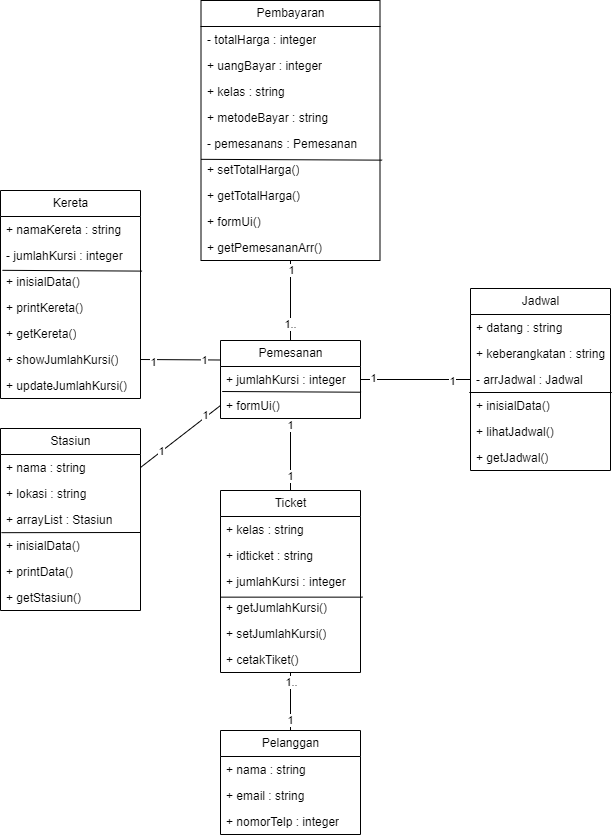
Earlier version of the draw.io export class-diagram.drawio.png (rendiwibawa/KAIKW). Source tidied: cells renumbered, new cells last; positions are measured from the earlier drawing's top-left corner, leaving out a move shared by most shapes.
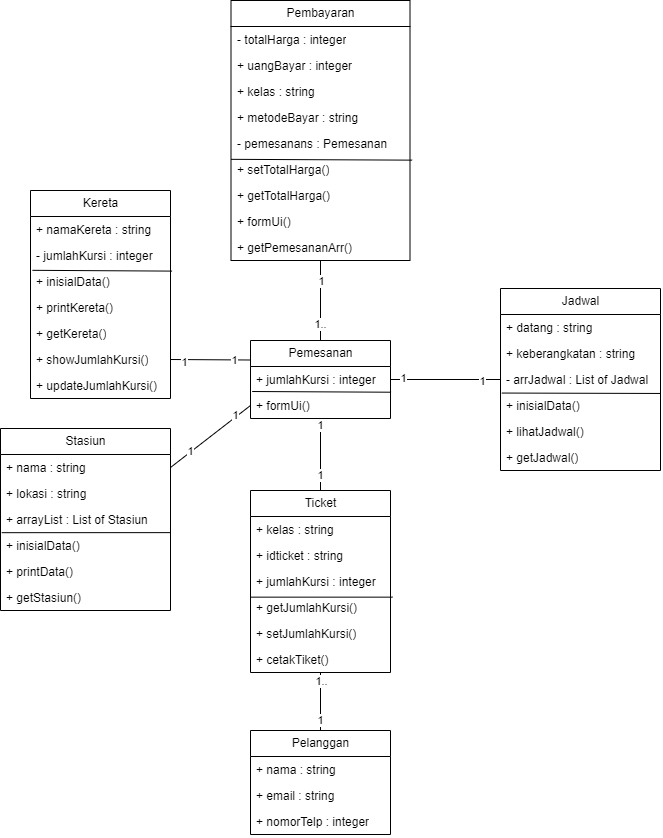
The same file after the commit.

The edit, as a diff of the source:
```diff
@@ -84,7 +84,9 @@
       <mxGeometry x="-0.57" y="1" relative="1" as="geometry" />
     </mxCell>
     <mxCell id="29" value="1" style="edgeLabel;html=1;align=center;verticalAlign=middle;" parent="27" vertex="1">
-      <mxGeometry x="0.75" relative="1" as="geometry" />
+      <mxGeometry x="0.75" relative="1" as="geometry">
+        <mxPoint y="10" as="offset" />
+      </mxGeometry>
     </mxCell>
     <mxCell id="30" value="Pemesanan" style="swimlane;fontStyle=0;horizontal=1;startSize=26;fillColor=none;html=1;" parent="1" vertex="1">
       <mxGeometry x="220" y="340" width="140" height="78" as="geometry" />
@@ -165,57 +167,52 @@
       <mxGeometry relative="1" as="geometry" />
     </mxCell>
     <mxCell id="56" value="Jadwal" style="swimlane;fontStyle=0;horizontal=1;startSize=26;fillColor=none;html=1;" parent="1" vertex="1">
-      <mxGeometry x="470" y="288" width="140" height="182" as="geometry" />
+      <mxGeometry x="470" y="288" width="160" height="182" as="geometry" />
     </mxCell>
     <mxCell id="57" value="+ datang : string" style="text;strokeColor=none;fillColor=none;align=left;verticalAlign=top;spacingLeft=4;spacingRight=4;overflow=hidden;whiteSpace=wrap;html=1;" parent="56" vertex="1">
-      <mxGeometry y="26" width="140" height="26" as="geometry" />
+      <mxGeometry y="26" width="160" height="26" as="geometry" />
     </mxCell>
     <mxCell id="58" value="+ keberangkatan : string" style="text;strokeColor=none;fillColor=none;align=left;verticalAlign=top;spacingLeft=4;spacingRight=4;overflow=hidden;whiteSpace=wrap;html=1;" parent="56" vertex="1">
-      <mxGeometry y="52" width="140" height="26" as="geometry" />
+      <mxGeometry y="52" width="160" height="26" as="geometry" />
     </mxCell>
-    <mxCell id="59" value="- arrJadwal : Jadwal" style="text;strokeColor=none;fillColor=none;align=left;verticalAlign=top;spacingLeft=4;spacingRight=4;overflow=hidden;points=[[0,0.5],[1,0.5]];portConstraint=eastwest;whiteSpace=wrap;html=1;" parent="56" vertex="1">
-      <mxGeometry y="78" width="140" height="26" as="geometry" />
+    <mxCell id="59" value="- arrJadwal : List of Jadwal" style="text;strokeColor=none;fillColor=none;align=left;verticalAlign=top;spacingLeft=4;spacingRight=4;overflow=hidden;points=[[0,0.5],[1,0.5]];portConstraint=eastwest;whiteSpace=wrap;html=1;" parent="56" vertex="1">
+      <mxGeometry y="78" width="160" height="26" as="geometry" />
     </mxCell>
-    <mxCell id="60" style="endArrow=none;html=1;exitX=-0.003;exitY=0.102;exitDx=0;exitDy=0;exitPerimeter=0;entryX=1.014;entryY=0.102;entryDx=0;entryDy=0;entryPerimeter=0;" parent="56" edge="1">
-      <mxGeometry relative="1" as="geometry">
-        <mxPoint x="-1.2" y="104" as="sourcePoint" />
-        <mxPoint x="141.2" y="104" as="targetPoint" />
-      </mxGeometry>
+    <mxCell id="60" style="endArrow=none;html=1;exitX=0.008;exitY=0.021;exitDx=0;exitDy=0;exitPerimeter=0;entryX=1.001;entryY=0.037;entryDx=0;entryDy=0;entryPerimeter=0;" parent="56" edge="1" source="61" target="61">
+      <mxGeometry relative="1" as="geometry" />
     </mxCell>
     <mxCell id="61" value="+ inisialData()" style="text;strokeColor=none;fillColor=none;align=left;verticalAlign=top;spacingLeft=4;spacingRight=4;overflow=hidden;points=[[0,0.5],[1,0.5]];portConstraint=eastwest;whiteSpace=wrap;html=1;" parent="56" vertex="1">
-      <mxGeometry y="104" width="140" height="26" as="geometry" />
+      <mxGeometry y="104" width="160" height="26" as="geometry" />
     </mxCell>
     <mxCell id="62" value="+ lihatJadwal()" style="text;strokeColor=none;fillColor=none;align=left;verticalAlign=top;spacingLeft=4;spacingRight=4;overflow=hidden;whiteSpace=wrap;html=1;" parent="56" vertex="1">
-      <mxGeometry y="130" width="140" height="26" as="geometry" />
+      <mxGeometry y="130" width="160" height="26" as="geometry" />
     </mxCell>
     <mxCell id="63" value="+ getJadwal()" style="text;strokeColor=none;fillColor=none;align=left;verticalAlign=top;spacingLeft=4;spacingRight=4;overflow=hidden;whiteSpace=wrap;html=1;" parent="56" vertex="1">
-      <mxGeometry y="156" width="140" height="26" as="geometry" />
+      <mxGeometry y="156" width="160" height="26" as="geometry" />
     </mxCell>
     <mxCell id="64" value="Stasiun" style="swimlane;fontStyle=0;horizontal=1;startSize=26;fillColor=none;html=1;" parent="1" vertex="1">
-      <mxGeometry y="428" width="140" height="182" as="geometry" />
+      <mxGeometry x="-30" y="428" width="170" height="182" as="geometry" />
     </mxCell>
     <mxCell id="65" value="+ nama : string" style="text;strokeColor=none;fillColor=none;align=left;verticalAlign=top;spacingLeft=4;spacingRight=4;overflow=hidden;points=[[0,0.5],[1,0.5]];portConstraint=eastwest;whiteSpace=wrap;html=1;" parent="64" vertex="1">
-      <mxGeometry y="26" width="140" height="26" as="geometry" />
+      <mxGeometry y="26" width="170" height="26" as="geometry" />
     </mxCell>
     <mxCell id="66" value="+ lokasi : string" style="text;strokeColor=none;fillColor=none;align=left;verticalAlign=top;spacingLeft=4;spacingRight=4;overflow=hidden;whiteSpace=wrap;html=1;" parent="64" vertex="1">
-      <mxGeometry y="52" width="140" height="26" as="geometry" />
+      <mxGeometry y="52" width="170" height="26" as="geometry" />
     </mxCell>
-    <mxCell id="67" value="+ arrayList : Stasiun" style="text;strokeColor=none;fillColor=none;align=left;verticalAlign=top;spacingLeft=4;spacingRight=4;overflow=hidden;whiteSpace=wrap;html=1;" parent="64" vertex="1">
-      <mxGeometry y="78" width="140" height="26" as="geometry" />
+    <mxCell id="67" value="+ arrayList : List of Stasiun" style="text;strokeColor=none;fillColor=none;align=left;verticalAlign=top;spacingLeft=4;spacingRight=4;overflow=hidden;whiteSpace=wrap;html=1;" parent="64" vertex="1">
+      <mxGeometry y="78" width="170" height="26" as="geometry" />
     </mxCell>
     <mxCell id="68" value="+ inisialData()" style="text;strokeColor=none;fillColor=none;align=left;verticalAlign=top;spacingLeft=4;spacingRight=4;overflow=hidden;points=[[0,0.5],[1,0.5]];portConstraint=eastwest;whiteSpace=wrap;html=1;" parent="64" vertex="1">
-      <mxGeometry y="104" width="140" height="26" as="geometry" />
+      <mxGeometry y="104" width="170" height="26" as="geometry" />
     </mxCell>
     <mxCell id="69" value="+ printData()" style="text;strokeColor=none;fillColor=none;align=left;verticalAlign=top;spacingLeft=4;spacingRight=4;overflow=hidden;whiteSpace=wrap;html=1;" parent="64" vertex="1">
-      <mxGeometry y="130" width="140" height="26" as="geometry" />
+      <mxGeometry y="130" width="170" height="26" as="geometry" />
     </mxCell>
     <mxCell id="70" value="+ getStasiun()" style="text;strokeColor=none;fillColor=none;align=left;verticalAlign=top;spacingLeft=4;spacingRight=4;overflow=hidden;whiteSpace=wrap;html=1;" parent="64" vertex="1">
-      <mxGeometry y="156" width="140" height="26" as="geometry" />
+      <mxGeometry y="156" width="170" height="26" as="geometry" />
     </mxCell>
-    <mxCell id="71" style="endArrow=none;html=1;exitX=0.007;exitY=0.007;exitDx=0;exitDy=0;exitPerimeter=0;" parent="64" edge="1" source="68">
-      <mxGeometry relative="1" as="geometry">
-        <mxPoint x="140" y="104" as="targetPoint" />
-      </mxGeometry>
+    <mxCell id="71" style="endArrow=none;html=1;exitX=0.007;exitY=0.007;exitDx=0;exitDy=0;exitPerimeter=0;entryX=1.003;entryY=0.005;entryDx=0;entryDy=0;entryPerimeter=0;" parent="64" edge="1" source="68" target="68">
+      <mxGeometry relative="1" as="geometry" />
     </mxCell>
   </root>
 </mxGraphModel>
```
